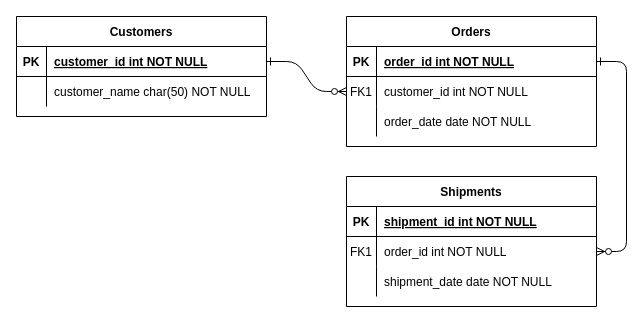
The draw.io diagram Untitled Diagram.drawio in rxrmcy/entregable-BD, before the edit. Source tidied: cells renumbered, new cells numbered last; positions are measured from the earlier drawing's top-left corner, leaving out a move shared by most shapes. Both pictures are drawn from the tidied source at 100%, with x=0, y=0 at pixel (16, 16).
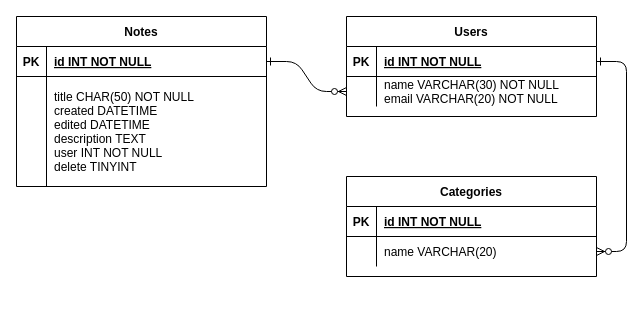
The same diagram, later.

The change refers to these unchanged cells:
```xml
<mxCell id="5" style="shape=partialRectangle;fillColor=none;points=[[0,0.5],[1,0.5]];portConstraint=eastwest;top=0;left=0;right=0;bottom=1;" parent="4" vertex="1">
  <mxGeometry y="30" width="250" height="30" as="geometry" />
</mxCell>
<mxCell id="8" style="shape=partialRectangle;fillColor=none;points=[[0,0.5],[1,0.5]];portConstraint=eastwest;top=0;left=0;right=0;bottom=0;" parent="4" vertex="1">
  <mxGeometry y="60" width="250" height="30" as="geometry" />
</mxCell>
<mxCell id="15" style="shape=partialRectangle;fillColor=none;top=0;left=0;right=0;bottom=1;" parent="14" vertex="1">
  <mxGeometry y="30" width="250" height="30" as="geometry" />
</mxCell>
<mxCell id="18" style="shape=partialRectangle;fillColor=none;points=[[0,0.5],[1,0.5]];portConstraint=eastwest;top=0;left=0;right=0;bottom=0;" parent="14" vertex="1">
  <mxGeometry y="60" width="250" height="30" as="geometry" />
</mxCell>
<mxCell id="25" style="shape=partialRectangle;fillColor=none;points=[[0,0.5],[1,0.5]];portConstraint=eastwest;top=0;left=0;right=0;bottom=1;" parent="24" vertex="1">
  <mxGeometry y="30" width="250" height="30" as="geometry" />
</mxCell>
```

What changed in the source:
```diff
@@
-    <mxCell id="4" value="Orders" style="shape=table;startSize=30;childLayout=tableLayout;rowLines=0;fontStyle=1;align=center;" parent="1" vertex="1">
-      <mxGeometry x="330" width="250" height="130" as="geometry" />
+    <mxCell id="4" value="Users" style="shape=table;startSize=30;childLayout=tableLayout;rowLines=0;fontStyle=1;align=center;" parent="1" vertex="1">
+      <mxGeometry x="330" width="250" height="100" as="geometry" />
     </mxCell>
@@
-    <mxCell id="7" value="order_id int NOT NULL " style="shape=partialRectangle;overflow=hidden;fillColor=none;top=0;left=0;bottom=0;right=0;align=left;spacingLeft=6;fontStyle=5;" parent="5" vertex="1">
+    <mxCell id="7" value="id INT NOT NULL " style="shape=partialRectangle;overflow=hidden;fillColor=none;top=0;left=0;bottom=0;right=0;align=left;spacingLeft=6;fontStyle=5;" parent="5" vertex="1">
       <mxGeometry x="30" width="220" height="30" as="geometry" />
     </mxCell>
@@
-    <mxCell id="9" value="FK1" style="shape=partialRectangle;overflow=hidden;fillColor=none;top=0;left=0;bottom=0;right=0;" parent="8" vertex="1">
+    <mxCell id="9" style="shape=partialRectangle;overflow=hidden;fillColor=none;top=0;left=0;bottom=0;right=0;" parent="8" vertex="1">
       <mxGeometry width="30" height="30" as="geometry" />
     </mxCell>
-    <mxCell id="10" value="customer_id int NOT NULL" style="shape=partialRectangle;overflow=hidden;fillColor=none;top=0;left=0;bottom=0;right=0;align=left;spacingLeft=6;" parent="8" vertex="1">
+    <mxCell id="10" value="name VARCHAR(30) NOT NULL&#10;email VARCHAR(20) NOT NULL" style="shape=partialRectangle;overflow=hidden;fillColor=none;top=0;left=0;bottom=0;right=0;align=left;spacingLeft=6;" parent="8" vertex="1">
       <mxGeometry x="30" width="220" height="30" as="geometry" />
     </mxCell>
-    <mxCell id="11" style="shape=partialRectangle;fillColor=none;top=0;left=0;right=0;bottom=0;" parent="4" vertex="1">
-      <mxGeometry y="90" width="250" height="30" as="geometry" />
-    </mxCell>
-    <mxCell id="12" style="shape=partialRectangle;overflow=hidden;fillColor=none;top=0;left=0;bottom=0;right=0;" parent="11" vertex="1">
-      <mxGeometry width="30" height="30" as="geometry" />
-    </mxCell>
-    <mxCell id="13" value="order_date date NOT NULL" style="shape=partialRectangle;overflow=hidden;fillColor=none;top=0;left=0;bottom=0;right=0;align=left;spacingLeft=6;" parent="11" vertex="1">
-      <mxGeometry x="30" width="220" height="30" as="geometry" />
-    </mxCell>
-    <mxCell id="14" value="Shipments" style="shape=table;startSize=30;childLayout=tableLayout;rowLines=0;fontStyle=1;align=center;" parent="1" vertex="1">
-      <mxGeometry x="330" y="160" width="250" height="130" as="geometry" />
+    <mxCell id="14" value="Categories" style="shape=table;startSize=30;childLayout=tableLayout;rowLines=0;fontStyle=1;align=center;" parent="1" vertex="1">
+      <mxGeometry x="330" y="160" width="250" height="100" as="geometry" />
     </mxCell>
@@
-    <mxCell id="17" value="shipment_id int NOT NULL " style="shape=partialRectangle;overflow=hidden;fillColor=none;top=0;left=0;bottom=0;right=0;align=left;spacingLeft=6;fontStyle=5;" parent="15" vertex="1">
+    <mxCell id="17" value="id INT NOT NULL " style="shape=partialRectangle;overflow=hidden;fillColor=none;top=0;left=0;bottom=0;right=0;align=left;spacingLeft=6;fontStyle=5;" parent="15" vertex="1">
       <mxGeometry x="30" width="220" height="30" as="geometry" />
     </mxCell>
@@
-    <mxCell id="19" value="FK1" style="shape=partialRectangle;overflow=hidden;fillColor=none;top=0;left=0;bottom=0;right=0;" parent="18" vertex="1">
+    <mxCell id="19" style="shape=partialRectangle;overflow=hidden;fillColor=none;top=0;left=0;bottom=0;right=0;" parent="18" vertex="1">
       <mxGeometry width="30" height="30" as="geometry" />
     </mxCell>
-    <mxCell id="20" value="order_id int NOT NULL" style="shape=partialRectangle;overflow=hidden;fillColor=none;top=0;left=0;bottom=0;right=0;align=left;spacingLeft=6;" parent="18" vertex="1">
+    <mxCell id="20" value="name VARCHAR(20)" style="shape=partialRectangle;overflow=hidden;fillColor=none;top=0;left=0;bottom=0;right=0;align=left;spacingLeft=6;" parent="18" vertex="1">
       <mxGeometry x="30" width="220" height="30" as="geometry" />
     </mxCell>
-    <mxCell id="21" style="shape=partialRectangle;fillColor=none;top=0;left=0;right=0;bottom=0;" parent="14" vertex="1">
-      <mxGeometry y="90" width="250" height="30" as="geometry" />
-    </mxCell>
-    <mxCell id="22" style="shape=partialRectangle;overflow=hidden;fillColor=none;top=0;left=0;bottom=0;right=0;" parent="21" vertex="1">
-      <mxGeometry width="30" height="30" as="geometry" />
-    </mxCell>
-    <mxCell id="23" value="shipment_date date NOT NULL" style="shape=partialRectangle;overflow=hidden;fillColor=none;top=0;left=0;bottom=0;right=0;align=left;spacingLeft=6;" parent="21" vertex="1">
-      <mxGeometry x="30" width="220" height="30" as="geometry" />
-    </mxCell>
-    <mxCell id="24" value="Customers" style="shape=table;startSize=30;childLayout=tableLayout;rowLines=0;fontStyle=1;align=center;" parent="1" vertex="1">
-      <mxGeometry width="250" height="100" as="geometry" />
+    <mxCell id="24" value="Notes" style="shape=table;startSize=30;childLayout=tableLayout;rowLines=0;fontStyle=1;align=center;" parent="1" vertex="1">
+      <mxGeometry width="250" height="170" as="geometry" />
     </mxCell>
@@
-    <mxCell id="27" value="customer_id int NOT NULL " style="shape=partialRectangle;overflow=hidden;fillColor=none;top=0;left=0;bottom=0;right=0;align=left;spacingLeft=6;fontStyle=5;" parent="25" vertex="1">
+    <mxCell id="27" value="id INT NOT NULL " style="shape=partialRectangle;overflow=hidden;fillColor=none;top=0;left=0;bottom=0;right=0;align=left;spacingLeft=6;fontStyle=5;" parent="25" vertex="1">
       <mxGeometry x="30" width="220" height="30" as="geometry" />
     </mxCell>
     <mxCell id="28" style="shape=partialRectangle;fillColor=none;top=0;left=0;right=0;bottom=0;" parent="24" vertex="1">
-      <mxGeometry y="60" width="250" height="30" as="geometry" />
+      <mxGeometry y="60" width="250" height="110" as="geometry" />
     </mxCell>
     <mxCell id="29" style="shape=partialRectangle;overflow=hidden;fillColor=none;top=0;left=0;bottom=0;right=0;" parent="28" vertex="1">
-      <mxGeometry width="30" height="30" as="geometry" />
+      <mxGeometry width="30" height="110" as="geometry" />
     </mxCell>
-    <mxCell id="30" value="customer_name char(50) NOT NULL" style="shape=partialRectangle;overflow=hidden;fillColor=none;top=0;left=0;bottom=0;right=0;align=left;spacingLeft=6;" parent="28" vertex="1">
-      <mxGeometry x="30" width="220" height="30" as="geometry" />
+    <mxCell id="30" value="title CHAR(50) NOT NULL&#10;created DATETIME&#10;edited DATETIME&#10;description TEXT&#10;user INT NOT NULL&#10;delete TINYINT" style="shape=partialRectangle;overflow=hidden;fillColor=none;top=0;left=0;bottom=0;right=0;align=left;spacingLeft=6;spacingBottom=0;" parent="28" vertex="1">
+      <mxGeometry x="30" width="220" height="110" as="geometry" />
     </mxCell>
```
